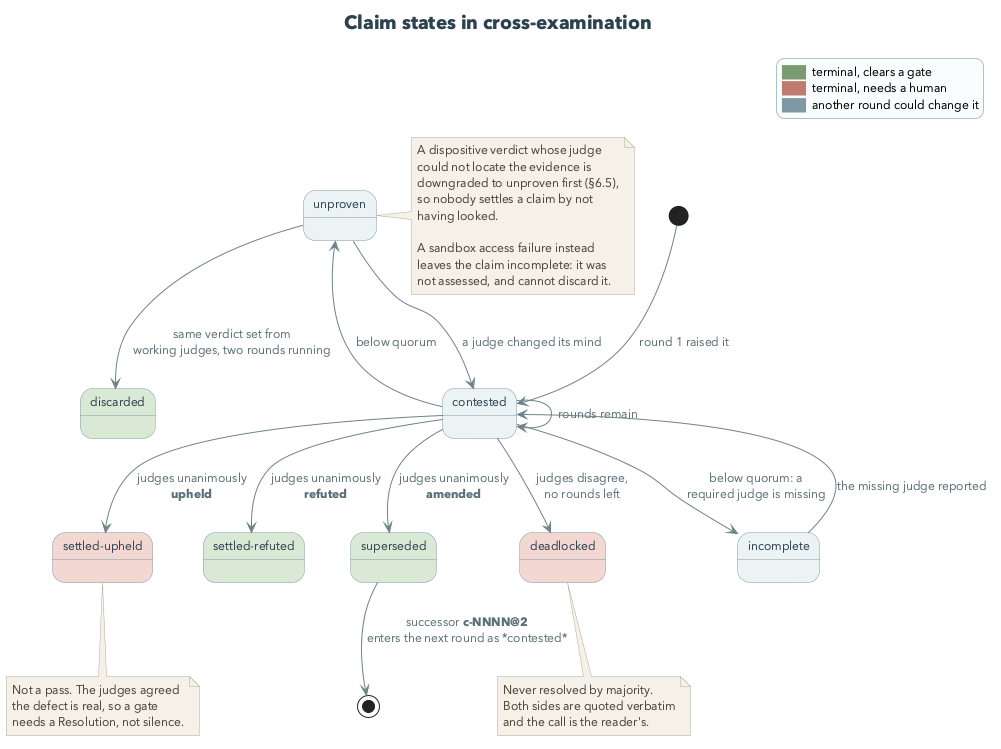
Before: docs/architecture/crossexam-states.png, a diagram exported from PlantUML (livingstaccato/afriend).
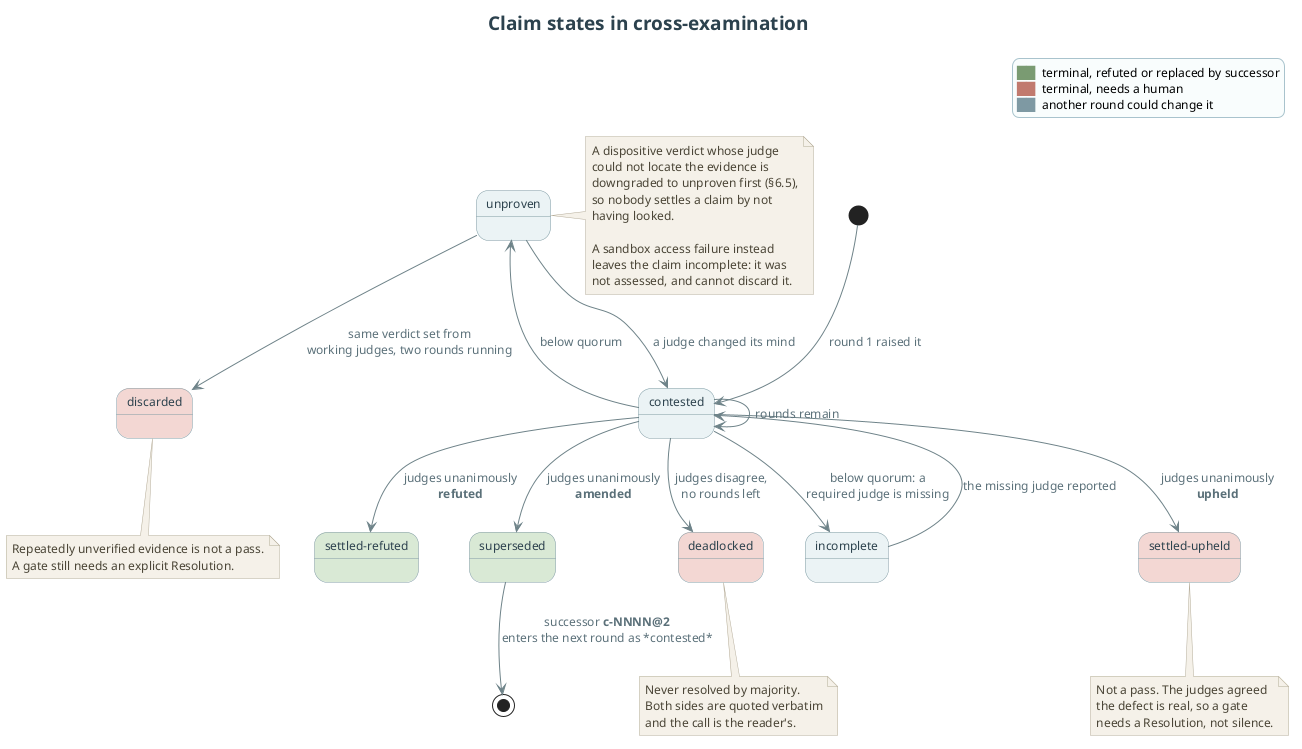
After the change.

What changed in the source:
```diff
@@ -27,7 +27,7 @@
 title Claim states in cross-examination
 
 legend top right
-  <color:#7A9B72>██</color>  terminal, clears a gate
+  <color:#7A9B72>██</color>  terminal, refuted or replaced by successor
   <color:#C07A6E>██</color>  terminal, needs a human
   <color:#7E99A3>██</color>  another round could change it
 endlegend
@@ -39,7 +39,7 @@
 state "deadlocked" as DL #F3D7D2
 state "unproven" as UP
 state "incomplete" as IN
-state "discarded" as DIS #D9E8D5
+state "discarded" as DIS #F3D7D2
 
 [*] --> C : round 1 raised it
 
@@ -63,6 +63,11 @@
   needs a Resolution, not silence.
 end note
 
+note bottom of DIS
+  Repeatedly unverified evidence is not a pass.
+  A gate still needs an explicit Resolution.
+end note
+
 note bottom of DL
   Never resolved by majority.
   Both sides are quoted verbatim
```
